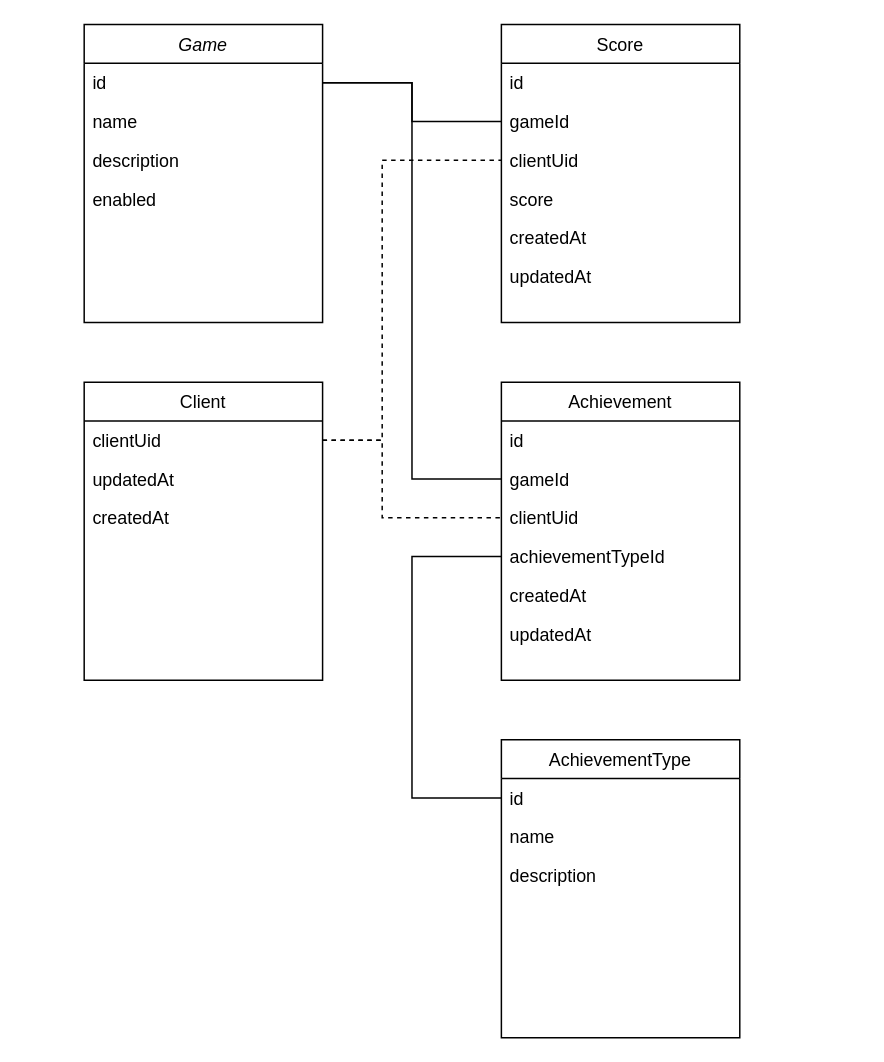
norkator/game-score-api keeps this draw.io diagram as doc/game-score-api.drawio. Above is the earlier version. Source tidied: cells renumbered, new cells numbered last; positions are measured from the earlier drawing's top-left corner, leaving out a move shared by most shapes. Both pictures are drawn from the tidied source at 149%, with x=0, y=0 at pixel (83, 24).
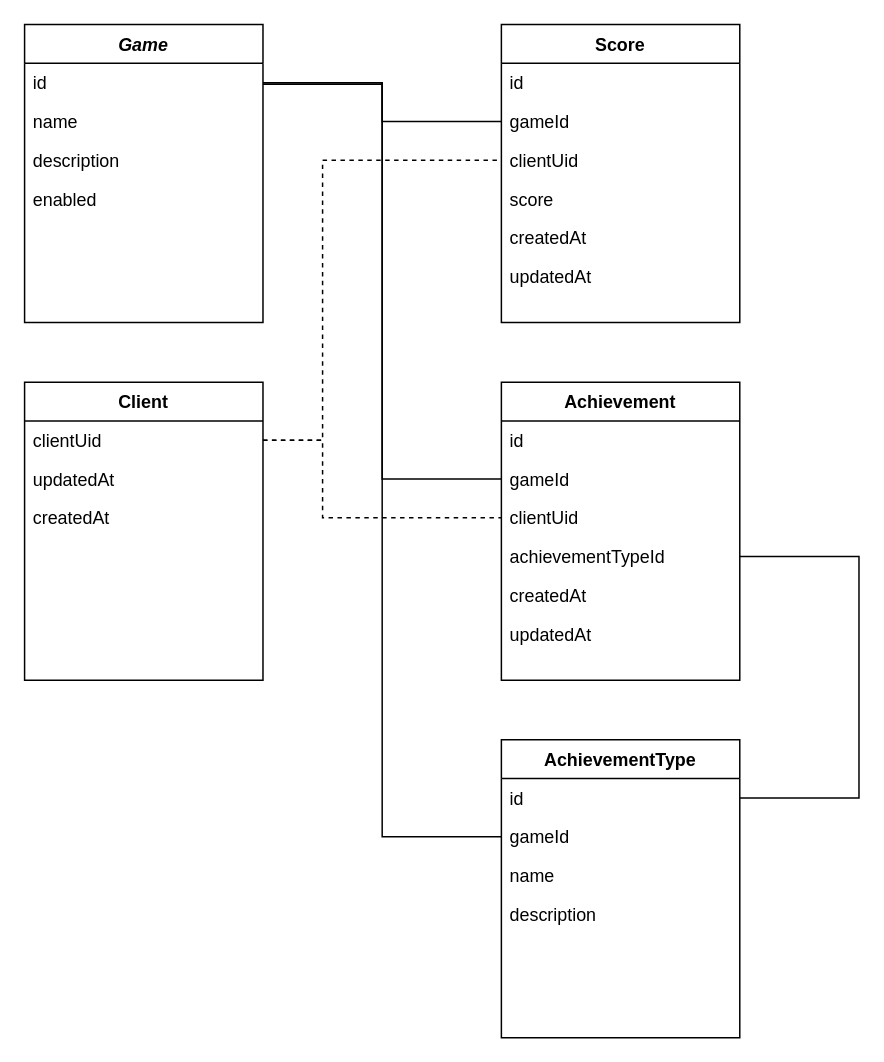
The same page after the edit.

Commit message (it also covers changes not shown here):
update database drawing

Unchanged cells that the change refers to:
```xml
<mxCell id="3" value="id" style="text;align=left;verticalAlign=top;spacingLeft=4;spacingRight=4;overflow=hidden;points=[[0,0.5],[1,0.5]];portConstraint=eastwest;" parent="2" vertex="1">
  <mxGeometry y="26" width="160" height="26" as="geometry" />
</mxCell>
<mxCell id="10" value="clientUid" style="text;align=left;verticalAlign=top;spacingLeft=4;spacingRight=4;overflow=hidden;points=[[0,0.5],[1,0.5]];portConstraint=eastwest;rounded=0;shadow=0;html=0;" parent="7" vertex="1">
  <mxGeometry y="78" width="160" height="26" as="geometry" />
</mxCell>
<mxCell id="17" value="gameId" style="text;align=left;verticalAlign=top;spacingLeft=4;spacingRight=4;overflow=hidden;points=[[0,0.5],[1,0.5]];portConstraint=eastwest;rounded=0;shadow=0;html=0;" parent="15" vertex="1">
  <mxGeometry y="52" width="160" height="26" as="geometry" />
</mxCell>
<mxCell id="18" value="clientUid" style="text;align=left;verticalAlign=top;spacingLeft=4;spacingRight=4;overflow=hidden;points=[[0,0.5],[1,0.5]];portConstraint=eastwest;rounded=0;shadow=0;html=0;" parent="15" vertex="1">
  <mxGeometry y="78" width="160" height="26" as="geometry" />
</mxCell>
<mxCell id="19" value="achievementTypeId" style="text;align=left;verticalAlign=top;spacingLeft=4;spacingRight=4;overflow=hidden;points=[[0,0.5],[1,0.5]];portConstraint=eastwest;rounded=0;shadow=0;html=0;" parent="15" vertex="1">
  <mxGeometry y="104" width="160" height="26" as="geometry" />
</mxCell>
<mxCell id="24" value="clientUid" style="text;align=left;verticalAlign=top;spacingLeft=4;spacingRight=4;overflow=hidden;points=[[0,0.5],[1,0.5]];portConstraint=eastwest;rounded=0;shadow=0;html=0;" parent="23" vertex="1">
  <mxGeometry y="26" width="160" height="26" as="geometry" />
</mxCell>
<mxCell id="30" value="id" style="text;align=left;verticalAlign=top;spacingLeft=4;spacingRight=4;overflow=hidden;points=[[0,0.5],[1,0.5]];portConstraint=eastwest;" parent="29" vertex="1">
  <mxGeometry y="26" width="160" height="26" as="geometry" />
</mxCell>
```

The edit, as a diff of the source:
```diff
@@
+    <mxCell id="34" style="edgeStyle=orthogonalEdgeStyle;rounded=0;jettySize=auto;html=1;entryX=0;entryY=0.5;entryDx=0;entryDy=0;endArrow=none;endFill=0;" parent="1" edge="1" target="35">
+      <mxGeometry relative="1" as="geometry">
+        <mxPoint x="120" y="40" as="sourcePoint" />
+        <Array as="points">
+          <mxPoint x="200" y="40" />
+          <mxPoint x="200" y="545" />
+        </Array>
+      </mxGeometry>
+    </mxCell>
-    <mxCell id="2" value="Game" style="swimlane;fontStyle=2;align=center;verticalAlign=top;horizontal=1;startSize=26;rounded=0;shadow=0;strokeWidth=1;" parent="1" vertex="1">
-      <mxGeometry width="160" height="200" as="geometry" />
+    <mxCell id="2" value="Game" style="swimlane;fontStyle=3;align=center;verticalAlign=top;horizontal=1;startSize=26;rounded=0;shadow=0;strokeWidth=1;" parent="1" vertex="1">
+      <mxGeometry x="-40" width="160" height="200" as="geometry" />
     </mxCell>
@@
-    <mxCell id="7" value="Score" style="swimlane;fontStyle=0;align=center;verticalAlign=top;horizontal=1;startSize=26;rounded=0;shadow=0;strokeWidth=1;" parent="1" vertex="1">
+    <mxCell id="7" value="Score" style="swimlane;fontStyle=1;align=center;verticalAlign=top;horizontal=1;startSize=26;rounded=0;shadow=0;strokeWidth=1;" parent="1" vertex="1">
       <mxGeometry x="280" width="160" height="200" as="geometry" />
     </mxCell>
@@
-    <mxCell id="15" value="Achievement" style="swimlane;fontStyle=0;align=center;verticalAlign=top;horizontal=1;startSize=26;rounded=0;shadow=0;strokeWidth=1;" parent="1" vertex="1">
+    <mxCell id="15" value="Achievement" style="swimlane;fontStyle=1;align=center;verticalAlign=top;horizontal=1;startSize=26;rounded=0;shadow=0;strokeWidth=1;" parent="1" vertex="1">
       <mxGeometry x="280" y="240" width="160" height="200" as="geometry" />
     </mxCell>
@@
     <mxCell id="22" style="edgeStyle=orthogonalEdgeStyle;rounded=0;jettySize=auto;html=1;entryX=0;entryY=0.5;entryDx=0;entryDy=0;startArrow=none;startFill=0;endArrow=none;endFill=0;" parent="1" edge="1" source="3" target="17">
-      <mxGeometry relative="1" as="geometry" />
+      <mxGeometry relative="1" as="geometry">
+        <Array as="points">
+          <mxPoint x="200" y="39" />
+          <mxPoint x="200" y="305" />
+        </Array>
+      </mxGeometry>
     </mxCell>
-    <mxCell id="23" value="Client" style="swimlane;fontStyle=0;align=center;verticalAlign=top;horizontal=1;startSize=26;rounded=0;shadow=0;strokeWidth=1;" parent="1" vertex="1">
-      <mxGeometry y="240" width="160" height="200" as="geometry" />
+    <mxCell id="23" value="Client" style="swimlane;fontStyle=1;align=center;verticalAlign=top;horizontal=1;startSize=26;rounded=0;shadow=0;strokeWidth=1;" parent="1" vertex="1">
+      <mxGeometry x="-40" y="240" width="160" height="200" as="geometry" />
     </mxCell>
@@
     <mxCell id="27" style="edgeStyle=orthogonalEdgeStyle;rounded=0;jettySize=auto;html=1;entryX=0;entryY=0.5;entryDx=0;entryDy=0;startArrow=none;startFill=0;endArrow=none;endFill=0;dashed=1;" parent="1" edge="1" source="24" target="10">
       <mxGeometry relative="1" as="geometry">
         <Array as="points">
-          <mxPoint x="200" y="279" />
-          <mxPoint x="200" y="91" />
+          <mxPoint x="160" y="279" />
+          <mxPoint x="160" y="91" />
         </Array>
       </mxGeometry>
     </mxCell>
     <mxCell id="28" style="edgeStyle=orthogonalEdgeStyle;rounded=0;jettySize=auto;html=1;entryX=0;entryY=0.5;entryDx=0;entryDy=0;dashed=1;startArrow=none;startFill=0;endArrow=none;endFill=0;" parent="1" edge="1" source="24" target="18">
       <mxGeometry relative="1" as="geometry">
         <Array as="points">
-          <mxPoint x="200" y="279" />
-          <mxPoint x="200" y="331" />
+          <mxPoint x="160" y="279" />
+          <mxPoint x="160" y="331" />
         </Array>
       </mxGeometry>
     </mxCell>
-    <mxCell id="29" value="AchievementType" style="swimlane;fontStyle=0;align=center;verticalAlign=top;horizontal=1;startSize=26;rounded=0;shadow=0;strokeWidth=1;" parent="1" vertex="1">
+    <mxCell id="29" value="AchievementType" style="swimlane;fontStyle=1;align=center;verticalAlign=top;horizontal=1;startSize=26;rounded=0;shadow=0;strokeWidth=1;" parent="1" vertex="1">
       <mxGeometry x="280" y="480" width="160" height="200" as="geometry" />
     </mxCell>
@@
+    <mxCell id="35" value="gameId" style="text;align=left;verticalAlign=top;spacingLeft=4;spacingRight=4;overflow=hidden;points=[[0,0.5],[1,0.5]];portConstraint=eastwest;rounded=0;shadow=0;html=0;" parent="29" vertex="1">
+      <mxGeometry y="52" width="160" height="26" as="geometry" />
+    </mxCell>
     <mxCell id="31" value="name" style="text;align=left;verticalAlign=top;spacingLeft=4;spacingRight=4;overflow=hidden;rounded=0;shadow=0;html=0;" parent="29" vertex="1">
-      <mxGeometry y="52" width="160" height="26" as="geometry" />
+      <mxGeometry y="78" width="160" height="26" as="geometry" />
     </mxCell>
     <mxCell id="32" value="description" style="text;align=left;verticalAlign=top;spacingLeft=4;spacingRight=4;overflow=hidden;rounded=0;shadow=0;html=0;" parent="29" vertex="1">
-      <mxGeometry y="78" width="160" height="26" as="geometry" />
+      <mxGeometry y="104" width="160" height="26" as="geometry" />
     </mxCell>
-    <mxCell id="33" style="edgeStyle=orthogonalEdgeStyle;rounded=0;jettySize=auto;html=1;exitX=0;exitY=0.5;exitDx=0;exitDy=0;entryX=0;entryY=0.5;entryDx=0;entryDy=0;startArrow=none;startFill=0;endArrow=none;endFill=0;" parent="1" edge="1" source="30" target="19">
+    <mxCell id="33" style="edgeStyle=orthogonalEdgeStyle;rounded=0;jettySize=auto;html=1;startArrow=none;startFill=0;endArrow=none;endFill=0;exitX=1;exitY=0.5;exitDx=0;exitDy=0;" parent="1" edge="1" source="30">
       <mxGeometry relative="1" as="geometry">
+        <mxPoint x="440" y="357" as="targetPoint" />
         <Array as="points">
-          <mxPoint x="220" y="519" />
-          <mxPoint x="220" y="357" />
+          <mxPoint x="520" y="519" />
+          <mxPoint x="520" y="357" />
         </Array>
       </mxGeometry>
     </mxCell>
```
